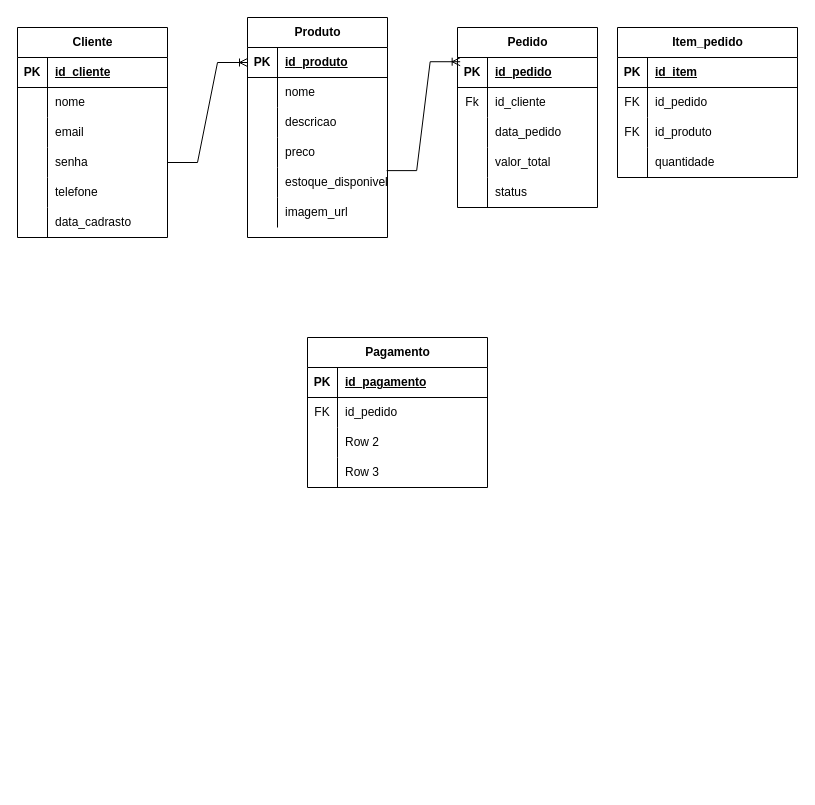
Above: page "logico_Comercio" (4 of 6) of ModelagemECommerce2.drawio in matheusbeckerstanzione/Projeto_banco_de_dados (draw.io), before the change. Source tidied: cells renumbered, new cells numbered last; positions are measured from the earlier drawing's top-left corner, leaving out a move shared by most shapes. Both pictures are drawn from the tidied source at 100%, with x=0, y=0 at pixel (17, 17).
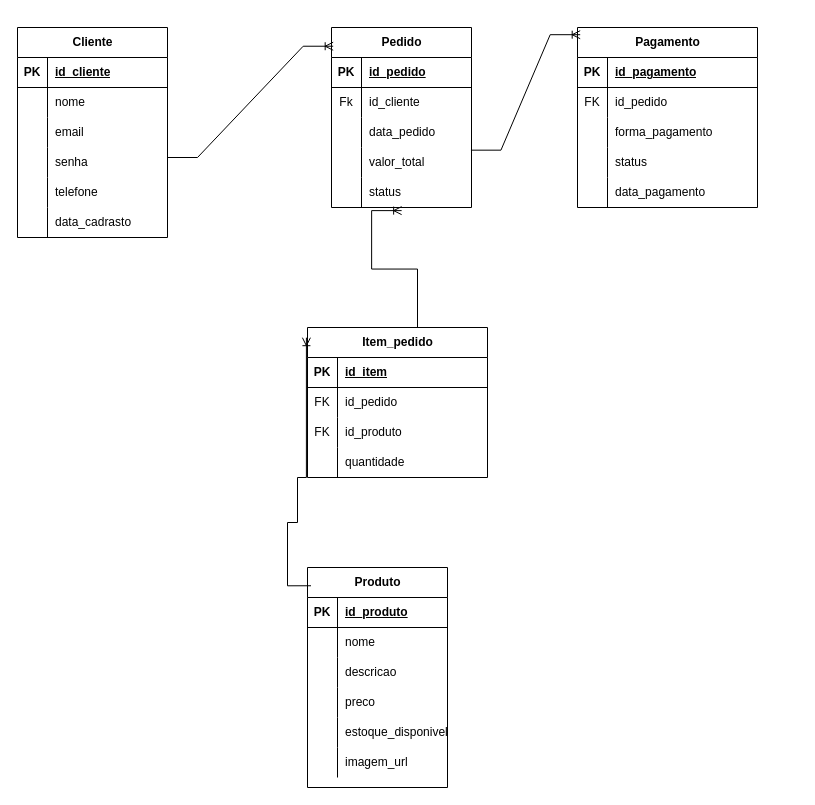
After the change.

The change refers to these unchanged cells:
```xml
<mxCell id="12" style="shape=tableRow;horizontal=0;startSize=0;swimlaneHead=0;swimlaneBody=0;fillColor=none;points=[[0,0.5],[1,0.5]];portConstraint=eastwest;top=0;left=0;right=0;bottom=0;" parent="2" vertex="1">
  <mxGeometry y="120" width="150" height="30" as="geometry" />
</mxCell>
<mxCell id="22" style="shape=tableRow;horizontal=0;startSize=0;swimlaneHead=0;swimlaneBody=0;fillColor=none;points=[[0,0.5],[1,0.5]];portConstraint=eastwest;top=0;left=0;right=0;bottom=1;" parent="21" vertex="1">
  <mxGeometry y="30" width="140" height="30" as="geometry" />
</mxCell>
<mxCell id="34" style="shape=tableRow;horizontal=0;startSize=0;swimlaneHead=0;swimlaneBody=0;fillColor=none;points=[[0,0.5],[1,0.5]];portConstraint=eastwest;top=0;left=0;right=0;bottom=0;" parent="21" vertex="1">
  <mxGeometry y="150" width="140" height="30" as="geometry" />
</mxCell>
<mxCell id="42" style="shape=tableRow;horizontal=0;startSize=0;swimlaneHead=0;swimlaneBody=0;fillColor=none;points=[[0,0.5],[1,0.5]];portConstraint=eastwest;top=0;left=0;right=0;bottom=1;" parent="41" vertex="1">
  <mxGeometry y="30" width="140" height="30" as="geometry" />
</mxCell>
<mxCell id="48" style="shape=tableRow;horizontal=0;startSize=0;swimlaneHead=0;swimlaneBody=0;fillColor=none;points=[[0,0.5],[1,0.5]];portConstraint=eastwest;top=0;left=0;right=0;bottom=0;" parent="41" vertex="1">
  <mxGeometry y="90" width="140" height="30" as="geometry" />
</mxCell>
<mxCell id="54" style="shape=tableRow;horizontal=0;startSize=0;swimlaneHead=0;swimlaneBody=0;fillColor=none;points=[[0,0.5],[1,0.5]];portConstraint=eastwest;top=0;left=0;right=0;bottom=0;" parent="41" vertex="1">
  <mxGeometry y="150" width="140" height="30" as="geometry" />
</mxCell>
<mxCell id="78" style="shape=tableRow;horizontal=0;startSize=0;swimlaneHead=0;swimlaneBody=0;fillColor=none;top=0;left=0;right=0;bottom=0;" parent="71" vertex="1">
  <mxGeometry y="90" width="180" height="30" as="geometry" />
</mxCell>
<mxCell id="81" style="shape=tableRow;horizontal=0;startSize=0;swimlaneHead=0;swimlaneBody=0;fillColor=none;top=0;left=0;right=0;bottom=0;" parent="71" vertex="1">
  <mxGeometry y="120" width="180" height="30" as="geometry" />
</mxCell>
```

Change to the diagram source:
```diff
@@
     <mxCell id="21" value="Produto" style="shape=table;startSize=30;childLayout=tableLayout;rowLines=0;fontStyle=1;align=center;html=1;" parent="1" vertex="1">
-      <mxGeometry x="230" width="140" height="220" as="geometry" />
+      <mxGeometry x="290" y="550" width="140" height="220" as="geometry" />
     </mxCell>
@@
-    <mxCell id="40" style="edgeStyle=entityRelationEdgeStyle;fontSize=12;html=1;endArrow=ERoneToMany;rounded=0;entryX=0;entryY=0.5;entryDx=0;entryDy=0;exitX=1;exitY=0.5;exitDx=0;exitDy=0;" parent="1" edge="1" source="12" target="22">
-      <mxGeometry relative="1" as="geometry" />
-    </mxCell>
     <mxCell id="41" value="Pedido" style="shape=table;startSize=30;childLayout=tableLayout;rowLines=0;fontStyle=1;align=center;html=1;" parent="1" vertex="1">
-      <mxGeometry x="440" y="10" width="140" height="180" as="geometry" />
+      <mxGeometry x="314" y="10" width="140" height="180" as="geometry" />
     </mxCell>
@@
-    <mxCell id="57" style="edgeStyle=entityRelationEdgeStyle;fontSize=12;html=1;endArrow=ERoneToMany;rounded=0;entryX=0.019;entryY=0.141;entryDx=0;entryDy=0;entryPerimeter=0;exitX=0.994;exitY=0.104;exitDx=0;exitDy=0;exitPerimeter=0;" parent="1" edge="1" source="34" target="42">
-      <mxGeometry relative="1" as="geometry" />
-    </mxCell>
     <mxCell id="58" value="Item_pedido" style="shape=table;startSize=30;childLayout=tableLayout;rowLines=0;fontStyle=1;align=center;html=1;" parent="1" vertex="1">
-      <mxGeometry x="600" y="10" width="180" height="150" as="geometry" />
+      <mxGeometry x="290" y="310" width="180" height="150" as="geometry" />
     </mxCell>
@@
     <mxCell id="71" value="Pagamento" style="shape=table;startSize=30;childLayout=tableLayout;rowLines=0;fontStyle=1;align=center;html=1;" parent="1" vertex="1">
-      <mxGeometry x="290" y="320" width="180" height="150" as="geometry" />
+      <mxGeometry x="560" y="10" width="180" height="180" as="geometry" />
     </mxCell>
@@
-    <mxCell id="80" value="Row 2" style="shape=partialRectangle;fillColor=none;top=0;left=0;bottom=0;right=0;align=left;spacingLeft=6;overflow=hidden;whiteSpace=wrap;html=1;" parent="78" vertex="1">
+    <mxCell id="80" value="forma_pagamento" style="shape=partialRectangle;fillColor=none;top=0;left=0;bottom=0;right=0;align=left;spacingLeft=6;overflow=hidden;whiteSpace=wrap;html=1;" parent="78" vertex="1">
       <mxGeometry x="30" width="150" height="30" as="geometry" />
     </mxCell>
@@
-    <mxCell id="83" value="Row 3" style="shape=partialRectangle;fillColor=none;top=0;left=0;bottom=0;right=0;align=left;spacingLeft=6;overflow=hidden;whiteSpace=wrap;html=1;" parent="81" vertex="1">
+    <mxCell id="83" value="status" style="shape=partialRectangle;fillColor=none;top=0;left=0;bottom=0;right=0;align=left;spacingLeft=6;overflow=hidden;whiteSpace=wrap;html=1;" parent="81" vertex="1">
       <mxGeometry x="30" width="150" height="30" as="geometry" />
     </mxCell>
+    <mxCell id="84" style="shape=tableRow;horizontal=0;startSize=0;swimlaneHead=0;swimlaneBody=0;fillColor=none;top=0;left=0;right=0;bottom=0;" parent="71" vertex="1">
+      <mxGeometry y="150" width="180" height="30" as="geometry" />
+    </mxCell>
+    <mxCell id="85" style="shape=partialRectangle;fillColor=none;top=0;left=0;bottom=0;right=0;overflow=hidden;whiteSpace=wrap;html=1;" parent="84" vertex="1">
+      <mxGeometry width="30" height="30" as="geometry" />
+    </mxCell>
+    <mxCell id="86" value="data_pagamento" style="shape=partialRectangle;fillColor=none;top=0;left=0;bottom=0;right=0;align=left;spacingLeft=6;overflow=hidden;whiteSpace=wrap;html=1;" parent="84" vertex="1">
+      <mxGeometry x="30" width="150" height="30" as="geometry" />
+    </mxCell>
+    <mxCell id="87" style="edgeStyle=orthogonalEdgeStyle;fontSize=12;html=1;endArrow=ERoneToMany;rounded=0;entryX=-0.006;entryY=0.068;entryDx=0;entryDy=0;entryPerimeter=0;exitX=0.025;exitY=0.083;exitDx=0;exitDy=0;exitPerimeter=0;" parent="1" edge="1" source="21" target="58">
+      <mxGeometry relative="1" as="geometry">
+        <Array as="points">
+          <mxPoint x="270" y="568" />
+          <mxPoint x="270" y="505" />
+          <mxPoint x="280" y="505" />
+          <mxPoint x="280" y="460" />
+          <mxPoint x="289" y="460" />
+        </Array>
+      </mxGeometry>
+    </mxCell>
+    <mxCell id="88" style="edgeStyle=entityRelationEdgeStyle;fontSize=12;html=1;endArrow=ERoneToMany;rounded=0;entryX=0.501;entryY=1.104;entryDx=0;entryDy=0;entryPerimeter=0;" parent="1" edge="1" target="54">
+      <mxGeometry relative="1" as="geometry">
+        <mxPoint x="370" y="310" as="sourcePoint" />
+      </mxGeometry>
+    </mxCell>
+    <mxCell id="89" style="edgeStyle=entityRelationEdgeStyle;fontSize=12;html=1;endArrow=ERoneToMany;rounded=0;entryX=0.012;entryY=0.104;entryDx=0;entryDy=0;entryPerimeter=0;" parent="1" edge="1" target="41">
+      <mxGeometry relative="1" as="geometry">
+        <mxPoint x="150" y="140" as="sourcePoint" />
+      </mxGeometry>
+    </mxCell>
+    <mxCell id="90" style="edgeStyle=entityRelationEdgeStyle;fontSize=12;html=1;endArrow=ERoneToMany;rounded=0;entryX=0.015;entryY=0.04;entryDx=0;entryDy=0;entryPerimeter=0;exitX=0.996;exitY=1.089;exitDx=0;exitDy=0;exitPerimeter=0;" parent="1" edge="1" source="48" target="71">
+      <mxGeometry relative="1" as="geometry" />
+    </mxCell>
```
